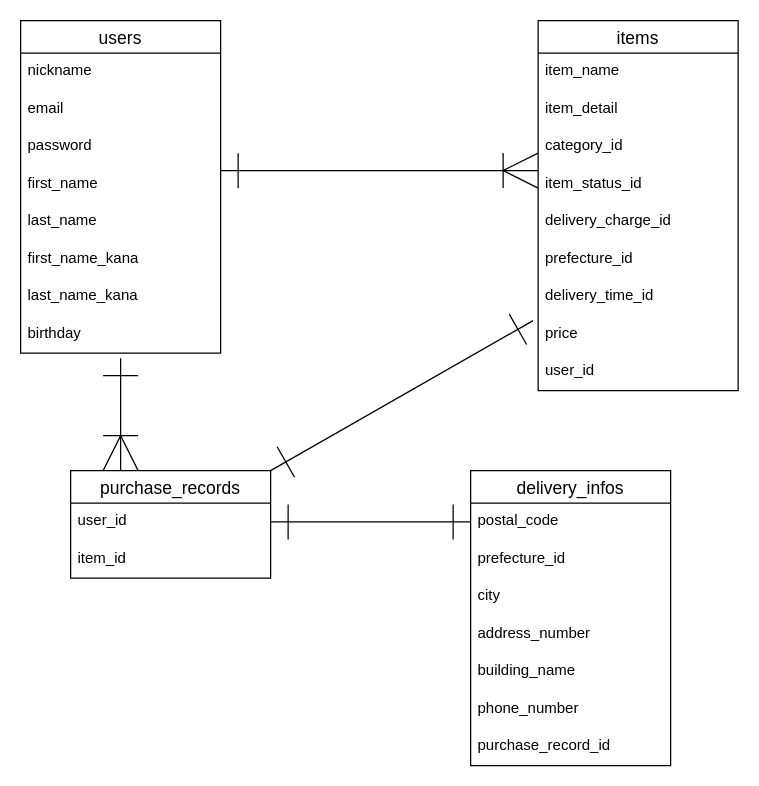
Earlier version of the draw.io diagram test.dio (hannaoyo/furima-39933). Source tidied: cells renumbered, new cells numbered last; positions are measured from the earlier drawing's top-left corner, leaving out a move shared by most shapes. Both pictures are drawn from the tidied source at 125%, with x=0, y=0 at pixel (20, 20).
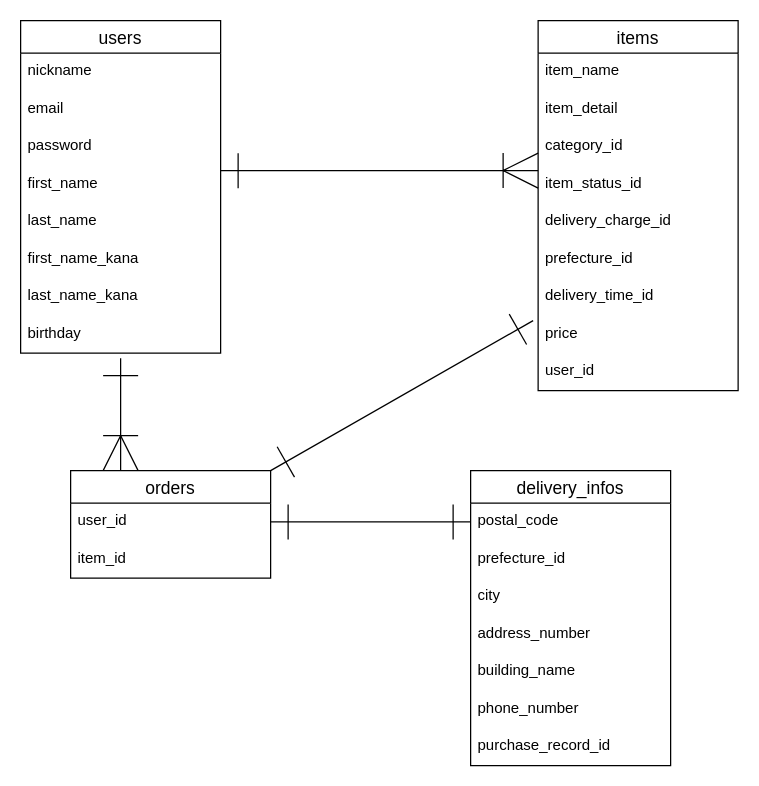
After the change.

The edit, as a diff of the source:
```diff
@@
-    <mxCell id="21" value="purchase_records" style="swimlane;fontStyle=0;horizontal=1;startSize=26;align=center;fontSize=14;" parent="1" vertex="1">
+    <mxCell id="21" value="orders" style="swimlane;fontStyle=0;horizontal=1;startSize=26;align=center;fontSize=14;" parent="1" vertex="1">
       <mxGeometry x="40" y="360" width="160" height="86" as="geometry" />
     </mxCell>
```
